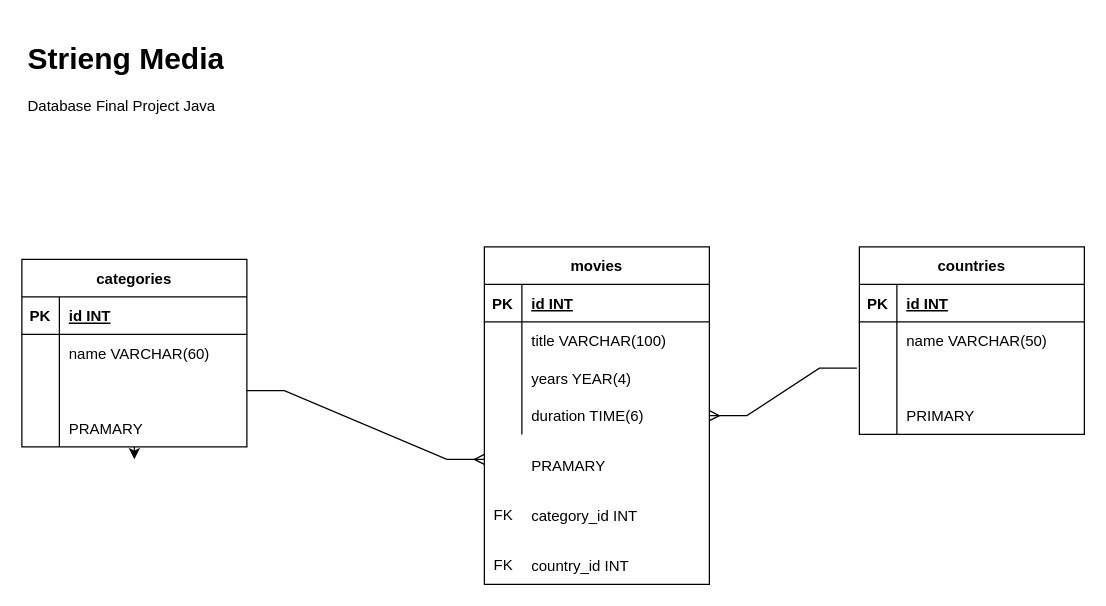
Above: Untitled Diagram.drawio in jonasnapoles/javaFinalProject (draw.io), before the change. Source tidied: cells renumbered, new cells numbered last; positions are measured from the earlier drawing's top-left corner, leaving out a move shared by most shapes. Both pictures are drawn from the tidied source at 125%, with x=0, y=0 at pixel (21, 34).
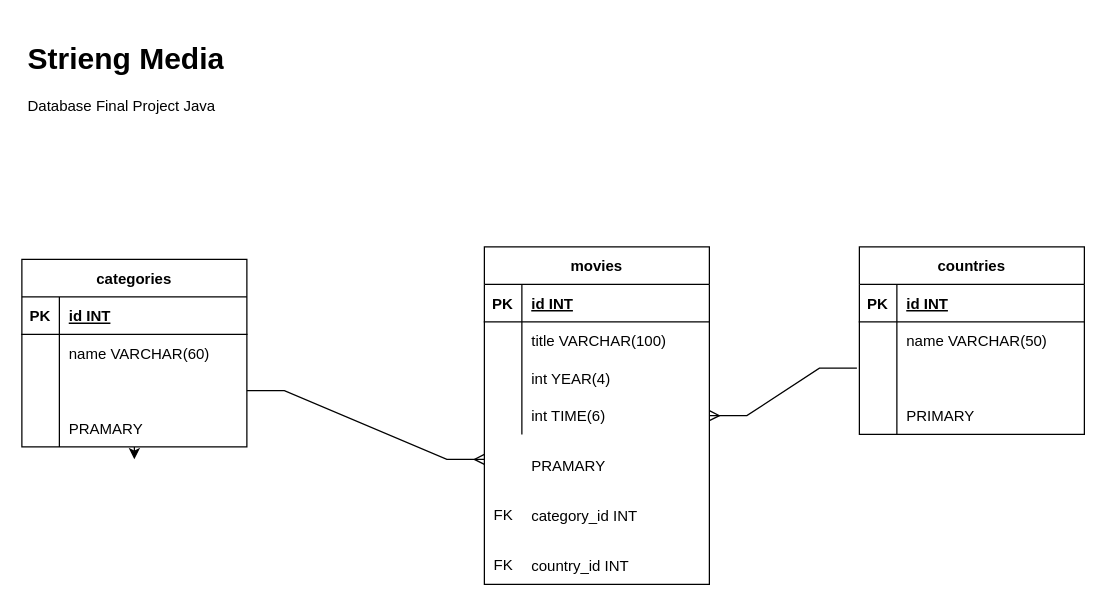
After the change.

Unchanged cells that the change refers to:
```xml
<mxCell id="9" style="shape=partialRectangle;fillColor=none;top=0;left=0;bottom=0;right=0;" parent="2" vertex="1">
  <mxGeometry y="90" width="180" height="30" as="geometry" />
</mxCell>
<mxCell id="12" style="shape=partialRectangle;fillColor=none;top=0;left=0;bottom=0;right=0;points=[[0,0.5],[1,0.5]];portConstraint=eastwest;" parent="2" vertex="1">
  <mxGeometry y="120" width="180" height="30" as="geometry" />
</mxCell>
```

The edit, as a diff of the source:
```diff
@@
-    <mxCell id="11" value="years YEAR(4)" style="shape=partialRectangle;fillColor=none;top=0;left=0;bottom=0;right=0;align=left;spacingLeft=6;overflow=hidden;" parent="9" vertex="1">
+    <mxCell id="11" value="int YEAR(4)" style="shape=partialRectangle;fillColor=none;top=0;left=0;bottom=0;right=0;align=left;spacingLeft=6;overflow=hidden;" parent="9" vertex="1">
       <mxGeometry x="30" width="150" height="30" as="geometry" />
     </mxCell>
@@
-    <mxCell id="14" value="duration TIME(6)" style="shape=partialRectangle;fillColor=none;top=0;left=0;bottom=0;right=0;align=left;spacingLeft=6;overflow=hidden;" parent="12" vertex="1">
+    <mxCell id="14" value="int TIME(6)" style="shape=partialRectangle;fillColor=none;top=0;left=0;bottom=0;right=0;align=left;spacingLeft=6;overflow=hidden;" parent="12" vertex="1">
       <mxGeometry x="30" width="150" height="30" as="geometry" />
     </mxCell>
```
